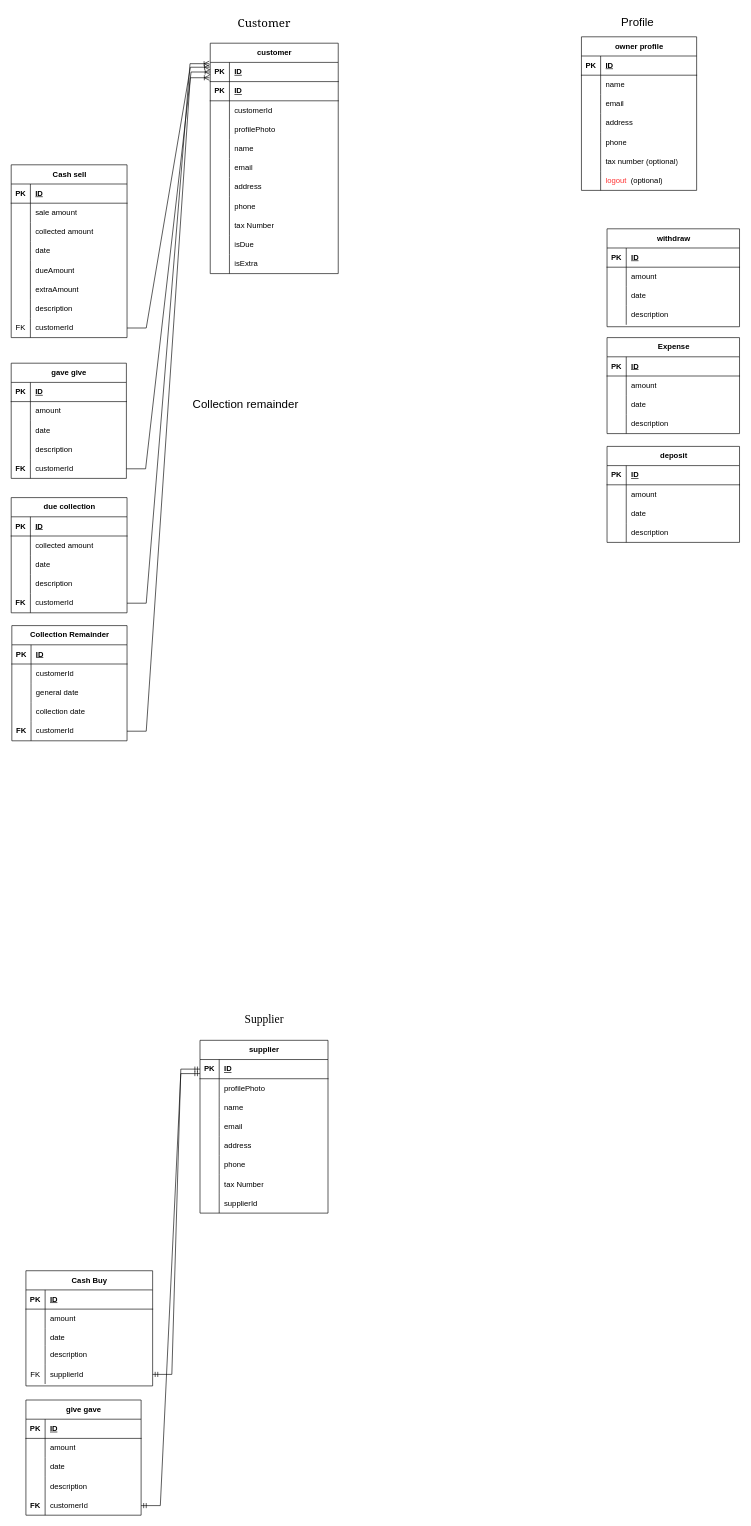
The draw.io diagram databases/diagram.drawio in devsrakib/esBook, before the edit. Source tidied: cells renumbered, new cells numbered last; positions are measured from the earlier drawing's top-left corner, leaving out a move shared by most shapes. Both pictures are drawn from the tidied source at 64%, with x=0, y=0 at pixel (11, 11).
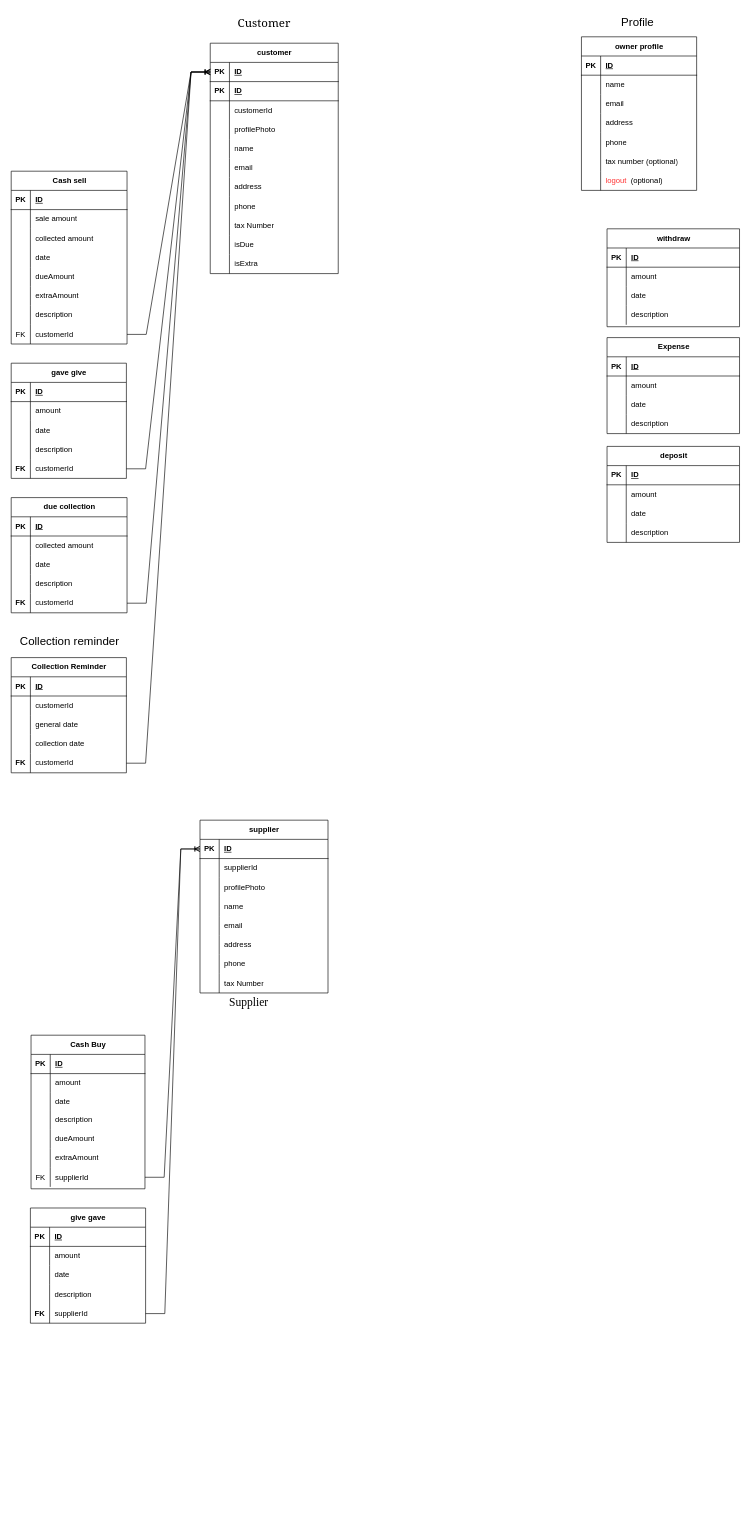
After the change.

Unchanged cells that the change refers to:
```xml
<mxCell id="3" style="shape=tableRow;horizontal=0;startSize=0;swimlaneHead=0;swimlaneBody=0;fillColor=none;points=[[0,0.5],[1,0.5]];portConstraint=eastwest;top=0;left=0;right=0;bottom=1;" parent="2" vertex="1">
  <mxGeometry y="30" width="200" height="30" as="geometry" />
</mxCell>
<mxCell id="58" style="shape=tableRow;horizontal=0;startSize=0;swimlaneHead=0;swimlaneBody=0;fillColor=none;points=[[0,0.5],[1,0.5]];portConstraint=eastwest;top=0;left=0;right=0;bottom=0;" parent="36" vertex="1">
  <mxGeometry y="240" width="181" height="30" as="geometry" />
</mxCell>
<mxCell id="62" style="shape=tableRow;horizontal=0;startSize=0;swimlaneHead=0;swimlaneBody=0;fillColor=none;points=[[0,0.5],[1,0.5]];portConstraint=eastwest;top=0;left=0;right=0;bottom=1;" parent="61" vertex="1">
  <mxGeometry y="30" width="200" height="30" as="geometry" />
</mxCell>
<mxCell id="65" style="shape=tableRow;horizontal=0;startSize=0;swimlaneHead=0;swimlaneBody=0;fillColor=none;top=0;left=0;right=0;bottom=0;" parent="61" vertex="1">
  <mxGeometry y="60" width="200" height="30" as="geometry" />
</mxCell>
<mxCell id="172" style="shape=tableRow;horizontal=0;startSize=0;swimlaneHead=0;swimlaneBody=0;fillColor=none;points=[[0,0.5],[1,0.5]];portConstraint=eastwest;top=0;left=0;right=0;bottom=0;" parent="159" vertex="1">
  <mxGeometry y="150" width="180" height="30" as="geometry" />
</mxCell>
<mxCell id="189" style="shape=tableRow;horizontal=0;startSize=0;swimlaneHead=0;swimlaneBody=0;fillColor=none;points=[[0,0.5],[1,0.5]];portConstraint=eastwest;top=0;left=0;right=0;bottom=0;" parent="176" vertex="1">
  <mxGeometry y="150" width="181" height="30" as="geometry" />
</mxCell>
<mxCell id="206" style="shape=tableRow;horizontal=0;startSize=0;swimlaneHead=0;swimlaneBody=0;fillColor=none;points=[[0,0.5],[1,0.5]];portConstraint=eastwest;top=0;left=0;right=0;bottom=0;" parent="193" vertex="1">
  <mxGeometry y="150" width="180" height="30" as="geometry" />
</mxCell>
```

The edit, as a diff of the source:
```diff
@@
     <mxCell id="36" value="Cash sell" style="shape=table;startSize=30;childLayout=tableLayout;rowLines=0;fontStyle=1;align=center;html=1;" parent="1" vertex="1">
-      <mxGeometry y="240" width="181" height="270" as="geometry" />
+      <mxGeometry y="250" width="181" height="270" as="geometry" />
     </mxCell>
@@
     <mxCell id="61" value="supplier" style="shape=table;startSize=30;childLayout=tableLayout;rowLines=0;fontStyle=1;align=center;html=1;flipH=0;flipV=0;" parent="1" vertex="1">
-      <mxGeometry x="295" y="1608" width="200" height="270" as="geometry" />
+      <mxGeometry x="295" y="1264" width="200" height="270" as="geometry" />
     </mxCell>
@@
-    <mxCell id="67" value="profilePhoto" style="shape=partialRectangle;fillColor=none;top=0;left=0;bottom=0;right=0;align=left;spacingLeft=6;overflow=hidden;whiteSpace=wrap;html=1;" parent="65" vertex="1">
+    <mxCell id="67" value="supplierId" style="shape=partialRectangle;fillColor=none;top=0;left=0;bottom=0;right=0;align=left;spacingLeft=6;overflow=hidden;whiteSpace=wrap;html=1;" parent="65" vertex="1">
       <mxGeometry x="30" width="170" height="30" as="geometry" />
     </mxCell>
+    <mxCell id="237" style="shape=tableRow;horizontal=0;startSize=0;swimlaneHead=0;swimlaneBody=0;fillColor=none;top=0;left=0;right=0;bottom=0;" parent="61" vertex="1">
+      <mxGeometry y="90" width="200" height="30" as="geometry" />
+    </mxCell>
+    <mxCell id="238" style="shape=partialRectangle;fillColor=none;top=0;left=0;bottom=0;right=0;overflow=hidden;whiteSpace=wrap;html=1;" parent="237" vertex="1">
+      <mxGeometry width="30" height="30" as="geometry" />
+    </mxCell>
+    <mxCell id="239" value="profilePhoto" style="shape=partialRectangle;fillColor=none;top=0;left=0;bottom=0;right=0;align=left;spacingLeft=6;overflow=hidden;whiteSpace=wrap;html=1;" parent="237" vertex="1">
+      <mxGeometry x="30" width="170" height="30" as="geometry" />
+    </mxCell>
     <mxCell id="68" style="shape=tableRow;horizontal=0;startSize=0;swimlaneHead=0;swimlaneBody=0;fillColor=none;top=0;left=0;right=0;bottom=0;" parent="61" vertex="1">
-      <mxGeometry y="90" width="200" height="30" as="geometry" />
+      <mxGeometry y="120" width="200" height="30" as="geometry" />
     </mxCell>
@@
     <mxCell id="71" style="shape=tableRow;horizontal=0;startSize=0;swimlaneHead=0;swimlaneBody=0;fillColor=none;top=0;left=0;right=0;bottom=0;" parent="61" vertex="1">
-      <mxGeometry y="120" width="200" height="30" as="geometry" />
+      <mxGeometry y="150" width="200" height="30" as="geometry" />
     </mxCell>
@@
     <mxCell id="74" style="shape=tableRow;horizontal=0;startSize=0;swimlaneHead=0;swimlaneBody=0;fillColor=none;top=0;left=0;right=0;bottom=0;" parent="61" vertex="1">
-      <mxGeometry y="150" width="200" height="30" as="geometry" />
+      <mxGeometry y="180" width="200" height="30" as="geometry" />
     </mxCell>
@@
     <mxCell id="77" style="shape=tableRow;horizontal=0;startSize=0;swimlaneHead=0;swimlaneBody=0;fillColor=none;top=0;left=0;right=0;bottom=0;" parent="61" vertex="1">
-      <mxGeometry y="180" width="200" height="30" as="geometry" />
+      <mxGeometry y="210" width="200" height="30" as="geometry" />
     </mxCell>
@@
     <mxCell id="80" style="shape=tableRow;horizontal=0;startSize=0;swimlaneHead=0;swimlaneBody=0;fillColor=none;top=0;left=0;right=0;bottom=0;" parent="61" vertex="1">
-      <mxGeometry y="210" width="200" height="30" as="geometry" />
+      <mxGeometry y="240" width="200" height="30" as="geometry" />
     </mxCell>
@@
-    <mxCell id="83" style="shape=tableRow;horizontal=0;startSize=0;swimlaneHead=0;swimlaneBody=0;fillColor=none;top=0;left=0;right=0;bottom=0;" parent="61" vertex="1">
-      <mxGeometry y="240" width="200" height="30" as="geometry" />
-    </mxCell>
-    <mxCell id="84" style="shape=partialRectangle;fillColor=none;top=0;left=0;bottom=0;right=0;overflow=hidden;whiteSpace=wrap;html=1;" parent="83" vertex="1">
-      <mxGeometry width="30" height="30" as="geometry" />
-    </mxCell>
-    <mxCell id="85" value="supplierId" style="shape=partialRectangle;fillColor=none;top=0;left=0;bottom=0;right=0;align=left;spacingLeft=6;overflow=hidden;whiteSpace=wrap;html=1;" parent="83" vertex="1">
-      <mxGeometry x="30" width="170" height="30" as="geometry" />
-    </mxCell>
     <mxCell id="86" value="Cash Buy" style="shape=table;startSize=30;childLayout=tableLayout;rowLines=0;fontStyle=1;align=center;html=1;" parent="1" vertex="1">
-      <mxGeometry x="23" y="1968" width="198" height="180" as="geometry" />
+      <mxGeometry x="31" y="1600" width="178" height="240" as="geometry" />
     </mxCell>
     <mxCell id="87" style="shape=tableRow;horizontal=0;startSize=0;swimlaneHead=0;swimlaneBody=0;fillColor=none;top=0;left=0;right=0;bottom=1;" parent="86" vertex="1">
-      <mxGeometry y="30" width="198" height="30" as="geometry" />
+      <mxGeometry y="30" width="178" height="30" as="geometry" />
     </mxCell>
@@
     <mxCell id="89" value="ID" style="shape=partialRectangle;fillColor=none;top=0;left=0;bottom=0;right=0;align=left;spacingLeft=6;fontStyle=5;overflow=hidden;whiteSpace=wrap;html=1;" parent="87" vertex="1">
-      <mxGeometry x="30" width="168" height="30" as="geometry" />
+      <mxGeometry x="30" width="148" height="30" as="geometry" />
     </mxCell>
     <mxCell id="90" style="shape=tableRow;horizontal=0;startSize=0;swimlaneHead=0;swimlaneBody=0;fillColor=none;top=0;left=0;right=0;bottom=0;" parent="86" vertex="1">
-      <mxGeometry y="60" width="198" height="30" as="geometry" />
+      <mxGeometry y="60" width="178" height="30" as="geometry" />
     </mxCell>
@@
     <mxCell id="92" value="amount" style="shape=partialRectangle;fillColor=none;top=0;left=0;bottom=0;right=0;align=left;spacingLeft=6;overflow=hidden;whiteSpace=wrap;html=1;" parent="90" vertex="1">
-      <mxGeometry x="30" width="168" height="30" as="geometry" />
+      <mxGeometry x="30" width="148" height="30" as="geometry" />
     </mxCell>
     <mxCell id="93" style="shape=tableRow;horizontal=0;startSize=0;swimlaneHead=0;swimlaneBody=0;fillColor=none;top=0;left=0;right=0;bottom=0;" parent="86" vertex="1">
-      <mxGeometry y="90" width="198" height="27" as="geometry" />
+      <mxGeometry y="90" width="178" height="27" as="geometry" />
     </mxCell>
@@
     <mxCell id="95" value="date" style="shape=partialRectangle;fillColor=none;top=0;left=0;bottom=0;right=0;align=left;spacingLeft=6;overflow=hidden;whiteSpace=wrap;html=1;" parent="93" vertex="1">
-      <mxGeometry x="30" width="168" height="27" as="geometry" />
+      <mxGeometry x="30" width="148" height="27" as="geometry" />
     </mxCell>
     <mxCell id="96" style="shape=tableRow;horizontal=0;startSize=0;swimlaneHead=0;swimlaneBody=0;fillColor=none;top=0;left=0;right=0;bottom=0;" parent="86" vertex="1">
-      <mxGeometry y="117" width="198" height="30" as="geometry" />
+      <mxGeometry y="117" width="178" height="30" as="geometry" />
     </mxCell>
@@
     <mxCell id="98" value="description" style="shape=partialRectangle;fillColor=none;top=0;left=0;bottom=0;right=0;align=left;spacingLeft=6;overflow=hidden;whiteSpace=wrap;html=1;" parent="96" vertex="1">
-      <mxGeometry x="30" width="168" height="30" as="geometry" />
+      <mxGeometry x="30" width="148" height="30" as="geometry" />
     </mxCell>
+    <mxCell id="240" style="shape=tableRow;horizontal=0;startSize=0;swimlaneHead=0;swimlaneBody=0;fillColor=none;top=0;left=0;right=0;bottom=0;" parent="86" vertex="1">
+      <mxGeometry y="147" width="178" height="30" as="geometry" />
+    </mxCell>
+    <mxCell id="241" style="shape=partialRectangle;fillColor=none;top=0;left=0;bottom=0;right=0;overflow=hidden;whiteSpace=wrap;html=1;" parent="240" vertex="1">
+      <mxGeometry width="30" height="30" as="geometry" />
+    </mxCell>
+    <mxCell id="242" value="dueAmount" style="shape=partialRectangle;fillColor=none;top=0;left=0;bottom=0;right=0;align=left;spacingLeft=6;overflow=hidden;whiteSpace=wrap;html=1;" parent="240" vertex="1">
+      <mxGeometry x="30" width="148" height="30" as="geometry" />
+    </mxCell>
+    <mxCell id="243" style="shape=tableRow;horizontal=0;startSize=0;swimlaneHead=0;swimlaneBody=0;fillColor=none;top=0;left=0;right=0;bottom=0;" parent="86" vertex="1">
+      <mxGeometry y="177" width="178" height="30" as="geometry" />
+    </mxCell>
+    <mxCell id="244" style="shape=partialRectangle;fillColor=none;top=0;left=0;bottom=0;right=0;overflow=hidden;whiteSpace=wrap;html=1;" parent="243" vertex="1">
+      <mxGeometry width="30" height="30" as="geometry" />
+    </mxCell>
+    <mxCell id="245" value="extraAmount" style="shape=partialRectangle;fillColor=none;top=0;left=0;bottom=0;right=0;align=left;spacingLeft=6;overflow=hidden;whiteSpace=wrap;html=1;" parent="243" vertex="1">
+      <mxGeometry x="30" width="148" height="30" as="geometry" />
+    </mxCell>
     <mxCell id="99" style="shape=tableRow;horizontal=0;startSize=0;swimlaneHead=0;swimlaneBody=0;fillColor=none;points=[[0,0.5],[1,0.5]];portConstraint=eastwest;top=0;left=0;right=0;bottom=0;" parent="86" vertex="1">
-      <mxGeometry y="147" width="198" height="30" as="geometry" />
+      <mxGeometry y="207" width="178" height="30" as="geometry" />
     </mxCell>
@@
     <mxCell id="101" value="supplierId" style="shape=partialRectangle;fillColor=none;top=0;left=0;bottom=0;right=0;align=left;spacingLeft=6;overflow=hidden;whiteSpace=wrap;html=1;" parent="99" vertex="1">
-      <mxGeometry x="30" width="168" height="30" as="geometry" />
+      <mxGeometry x="30" width="148" height="30" as="geometry" />
     </mxCell>
@@
-    <mxCell id="128" style="edgeStyle=entityRelationEdgeStyle;fontSize=12;html=1;endArrow=ERmandOne;startArrow=ERmandOne;rounded=0;entryX=0;entryY=0.5;entryDx=0;entryDy=0;exitX=1;exitY=0.5;exitDx=0;exitDy=0;" parent="1" edge="1" source="99" target="62">
-      <mxGeometry relative="1" as="geometry">
-        <Array as="points">
-          <mxPoint x="531" y="231" />
-        </Array>
-      </mxGeometry>
-    </mxCell>
@@
     <mxCell id="159" value="give gave" style="shape=table;startSize=30;childLayout=tableLayout;rowLines=0;fontStyle=1;align=center;html=1;" parent="1" vertex="1">
-      <mxGeometry x="23" y="2170" width="180" height="180" as="geometry" />
+      <mxGeometry x="30" y="1870" width="180" height="180" as="geometry" />
     </mxCell>
@@
-    <mxCell id="174" value="customerId" style="shape=partialRectangle;fillColor=none;top=0;left=0;bottom=0;right=0;align=left;spacingLeft=6;overflow=hidden;whiteSpace=wrap;html=1;" parent="172" vertex="1">
+    <mxCell id="174" value="supplierId" style="shape=partialRectangle;fillColor=none;top=0;left=0;bottom=0;right=0;align=left;spacingLeft=6;overflow=hidden;whiteSpace=wrap;html=1;" parent="172" vertex="1">
       <mxGeometry x="30" width="150" height="30" as="geometry" />
     </mxCell>
-    <mxCell id="175" style="edgeStyle=entityRelationEdgeStyle;fontSize=12;html=1;endArrow=ERmandOne;startArrow=ERmandOne;rounded=0;exitX=1;exitY=0.5;exitDx=0;exitDy=0;" parent="1" edge="1" source="172">
-      <mxGeometry relative="1" as="geometry">
-        <mxPoint x="295" y="1660" as="targetPoint" />
-        <Array as="points">
-          <mxPoint x="545" y="241" />
-        </Array>
-      </mxGeometry>
-    </mxCell>
@@
-    <mxCell id="192" value="&lt;font size=&quot;4&quot;&gt;Collection remainder&lt;/font&gt;" style="text;html=1;align=center;verticalAlign=middle;strokeColor=none;fillColor=none;" parent="1" vertex="1">
-      <mxGeometry x="271" y="600" width="190" height="30" as="geometry" />
+    <mxCell id="192" value="&lt;font size=&quot;4&quot;&gt;Collection reminder&lt;/font&gt;" style="text;html=1;align=center;verticalAlign=middle;strokeColor=none;fillColor=none;" parent="1" vertex="1">
+      <mxGeometry x="0.5" y="970" width="180" height="30" as="geometry" />
     </mxCell>
-    <mxCell id="193" value="Collection Remainder" style="shape=table;startSize=30;childLayout=tableLayout;rowLines=0;fontStyle=1;align=center;html=1;" parent="1" vertex="1">
-      <mxGeometry x="1" y="960" width="180" height="180" as="geometry" />
+    <mxCell id="193" value="Collection Reminder" style="shape=table;startSize=30;childLayout=tableLayout;rowLines=0;fontStyle=1;align=center;html=1;" parent="1" vertex="1">
+      <mxGeometry y="1010" width="180" height="180" as="geometry" />
     </mxCell>
@@
-    <mxCell id="232" style="edgeStyle=entityRelationEdgeStyle;fontSize=12;html=1;endArrow=ERoneToMany;rounded=0;entryX=-0.008;entryY=0.067;entryDx=0;entryDy=0;exitX=1;exitY=0.5;exitDx=0;exitDy=0;entryPerimeter=0;" parent="1" edge="1" source="189" target="3">
+    <mxCell id="232" style="edgeStyle=entityRelationEdgeStyle;fontSize=12;html=1;endArrow=ERoneToMany;rounded=0;entryX=0;entryY=0.5;entryDx=0;entryDy=0;exitX=1;exitY=0.5;exitDx=0;exitDy=0;" parent="1" edge="1" source="189" target="3">
       <mxGeometry relative="1" as="geometry" />
     </mxCell>
-    <mxCell id="233" style="edgeStyle=entityRelationEdgeStyle;fontSize=12;html=1;endArrow=ERoneToMany;rounded=0;exitX=1;exitY=0.5;exitDx=0;exitDy=0;entryX=-0.005;entryY=0.251;entryDx=0;entryDy=0;entryPerimeter=0;" parent="1" edge="1" source="58" target="3">
-      <mxGeometry relative="1" as="geometry" />
+    <mxCell id="233" style="edgeStyle=entityRelationEdgeStyle;fontSize=12;html=1;endArrow=ERoneToMany;rounded=0;exitX=1;exitY=0.5;exitDx=0;exitDy=0;" parent="1" edge="1" source="58">
+      <mxGeometry relative="1" as="geometry">
+        <mxPoint x="311" y="95" as="targetPoint" />
+      </mxGeometry>
     </mxCell>
@@
-    <mxCell id="235" style="edgeStyle=entityRelationEdgeStyle;fontSize=12;html=1;endArrow=ERoneToMany;rounded=0;exitX=1;exitY=0.5;exitDx=0;exitDy=0;entryX=-0.006;entryY=0.799;entryDx=0;entryDy=0;entryPerimeter=0;" parent="1" edge="1" source="206" target="3">
-      <mxGeometry relative="1" as="geometry" />
+    <mxCell id="235" style="edgeStyle=entityRelationEdgeStyle;fontSize=12;html=1;endArrow=ERoneToMany;rounded=0;exitX=1;exitY=0.5;exitDx=0;exitDy=0;" parent="1" edge="1" source="206">
+      <mxGeometry relative="1" as="geometry">
+        <mxPoint x="311" y="95" as="targetPoint" />
+      </mxGeometry>
     </mxCell>
     <mxCell id="236" value="&lt;font style=&quot;font-size: 18px;&quot; face=&quot;Garamond&quot;&gt;Supplier&lt;/font&gt;" style="text;html=1;align=center;verticalAlign=middle;strokeColor=none;fillColor=none;" parent="1" vertex="1">
-      <mxGeometry x="355" y="1560" width="80" height="30" as="geometry" />
+      <mxGeometry x="331" y="1534" width="80" height="30" as="geometry" />
     </mxCell>
+    <mxCell id="128" style="edgeStyle=entityRelationEdgeStyle;fontSize=12;html=1;endArrow=ERoneToMany;rounded=0;entryX=0;entryY=0.5;entryDx=0;entryDy=0;exitX=1;exitY=0.5;exitDx=0;exitDy=0;" parent="1" edge="1" source="99" target="62">
+      <mxGeometry relative="1" as="geometry" />
+    </mxCell>
+    <mxCell id="246" style="edgeStyle=entityRelationEdgeStyle;fontSize=12;html=1;endArrow=ERoneToMany;rounded=0;entryX=0;entryY=0.5;entryDx=0;entryDy=0;exitX=1;exitY=0.5;exitDx=0;exitDy=0;" parent="1" edge="1" source="172" target="62">
+      <mxGeometry relative="1" as="geometry" />
+    </mxCell>
```
